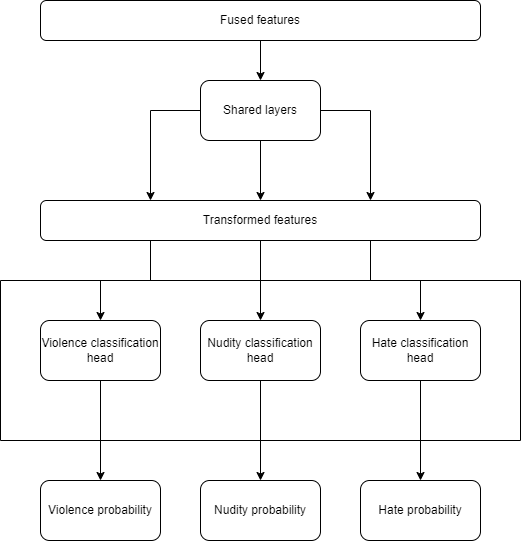
riehseun/riehseun.github.io keeps this draw.io diagram as img/machine-learning-system-design/harmful-content-detection6.png. Above is the earlier version. Source tidied: cells renumbered, new cells last; positions are measured from the earlier drawing's top-left corner, leaving out a move shared by most shapes.
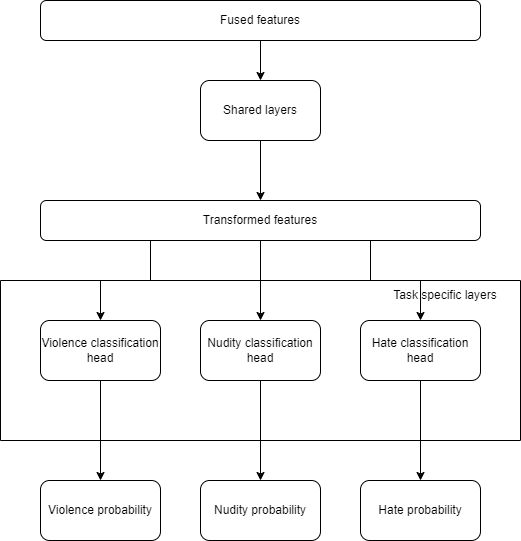
After the change.

Change to the diagram source:
```diff
@@ -38,16 +38,6 @@
     <mxCell id="13" style="edgeStyle=orthogonalEdgeStyle;rounded=0;jettySize=auto;html=1;exitX=0.5;exitY=1;exitDx=0;exitDy=0;entryX=0.5;entryY=0;entryDx=0;entryDy=0;" parent="1" edge="1" source="16" target="20">
       <mxGeometry relative="1" as="geometry" />
     </mxCell>
-    <mxCell id="14" style="edgeStyle=orthogonalEdgeStyle;rounded=0;jettySize=auto;html=1;exitX=1;exitY=0.5;exitDx=0;exitDy=0;entryX=0.75;entryY=0;entryDx=0;entryDy=0;" parent="1" edge="1" source="16" target="20">
-      <mxGeometry relative="1" as="geometry" />
-    </mxCell>
-    <mxCell id="15" style="edgeStyle=orthogonalEdgeStyle;rounded=0;jettySize=auto;html=1;exitX=0;exitY=0.5;exitDx=0;exitDy=0;entryX=0.25;entryY=0;entryDx=0;entryDy=0;" parent="1" edge="1" source="16" target="20">
-      <mxGeometry relative="1" as="geometry">
-        <Array as="points">
-          <mxPoint x="150" y="110" />
-        </Array>
-      </mxGeometry>
-    </mxCell>
     <mxCell id="16" value="Shared layers" style="rounded=1;whiteSpace=wrap;html=1;" parent="1" vertex="1">
       <mxGeometry x="200" y="80" width="120" height="60" as="geometry" />
     </mxCell>
@@ -66,5 +56,8 @@
     <mxCell id="21" style="swimlane;startSize=0;" parent="1" vertex="1">
       <mxGeometry y="280" width="520" height="160" as="geometry" />
     </mxCell>
+    <mxCell id="22" value="Task specific layers" style="text;html=1;strokeColor=none;fillColor=none;align=center;verticalAlign=middle;whiteSpace=wrap;rounded=0;" parent="1" vertex="1">
+      <mxGeometry x="370" y="280" width="150" height="30" as="geometry" />
+    </mxCell>
   </root>
 </mxGraphModel>
```
